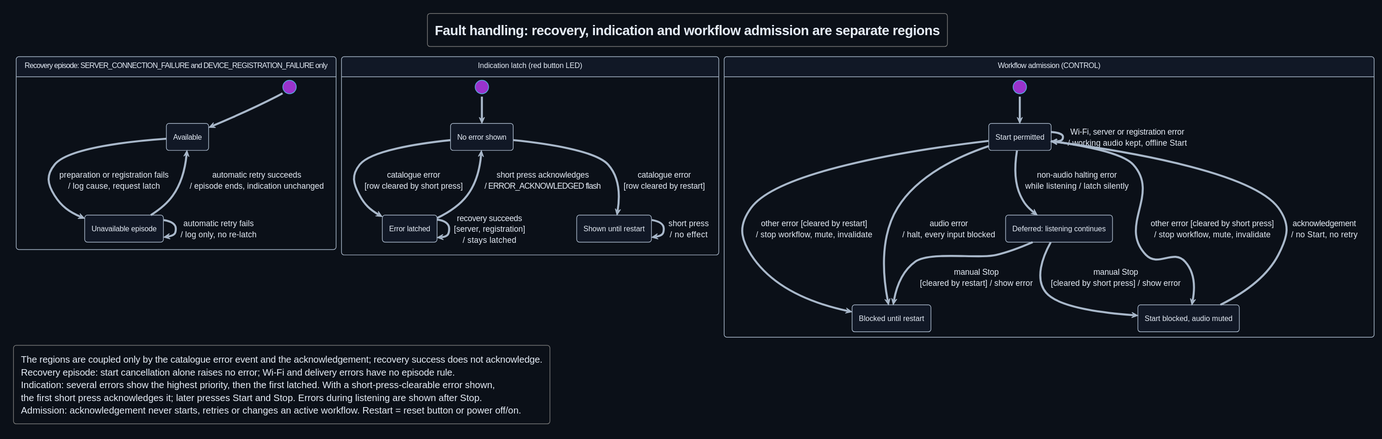
DemonicPsychoII/DigitalStethoscope keeps this PlantUML diagram as Development/system/design/FEEDBACK/rendered/fault_handling_state.svg. Above is the earlier version. Its diagram source:
```plantuml
@startuml
!theme cyborg
!pragma layout smetana
skinparam shadowing false
skinparam defaultFontName SansSerif
skinparam backgroundColor #0b1018
skinparam defaultFontColor #e6edf7
skinparam ArrowColor #a9b8ca
skinparam state {
 BackgroundColor #111826
 BorderColor #a9b8ca
}
title Fault handling: recovery, indication and workflow admission are separate regions
hide empty description

state "Recovery episode: SERVER_CONNECTION_FAILURE and DEVICE_REGISTRATION_FAILURE only" as Recovery {
 state "Available" as Available
 state "Unavailable episode" as Unavailable
 [*] --> Available
 Available --> Unavailable : preparation or registration fails\n/ log cause, request latch
 Unavailable --> Unavailable : automatic retry fails\n/ log only, no re-latch
 Unavailable --> Available : automatic retry succeeds\n/ episode ends, indication unchanged
}

state "Indication latch (red button LED)" as Indication {
 state "No error shown" as Clear
 state "Error latched" as Latched
 state "Shown until restart" as RestartLatched
 [*] --> Clear
 Clear --> Latched : catalogue error\n[row cleared by short press]
 Clear --> RestartLatched : catalogue error\n[row cleared by restart]
 Latched --> Latched : recovery succeeds\n[server, registration]\n/ stays latched
 Latched --> Clear : short press acknowledges\n/ ERROR_ACKNOWLEDGED flash
 RestartLatched --> RestartLatched : short press\n/ no effect
}

state "Workflow admission (CONTROL)" as Admission {
 state "Start permitted" as Permitted
 state "Start blocked, audio muted" as Blocked
 state "Blocked until restart" as BlockedRestart
 state "Deferred: listening continues" as Deferred
 [*] --> Permitted
 Permitted --> Permitted : Wi-Fi, server or registration error\n/ working audio kept, offline Start
 Permitted --> Blocked : other error [cleared by short press]\n/ stop workflow, mute, invalidate
 Permitted --> BlockedRestart : other error [cleared by restart]\n/ stop workflow, mute, invalidate
 Permitted --> BlockedRestart : audio error\n/ halt, every input blocked
 Permitted --> Deferred : non-audio halting error\nwhile listening / latch silently
 Deferred --> Blocked : manual Stop\n[cleared by short press] / show error
 Deferred --> BlockedRestart : manual Stop\n[cleared by restart] / show error
 Blocked --> Permitted : acknowledgement\n/ no Start, no retry
}

Recovery -[hidden]right-> Indication
Indication -[hidden]right-> Admission

legend bottom left
 The regions are coupled only by the catalogue error event and the acknowledgement; recovery success does not acknowledge.
 Recovery episode: start cancellation alone raises no error; Wi-Fi and delivery errors have no episode rule.
 Indication: several errors show the highest priority, then the first latched. With a short-press-clearable error shown,
 the first short press acknowledges it; later presses Start and Stop. Errors during listening are shown after Stop.
 Admission: acknowledgement never starts, retries or changes an active workflow. Restart = reset button or power off/on.
endlegend
@enduml
```
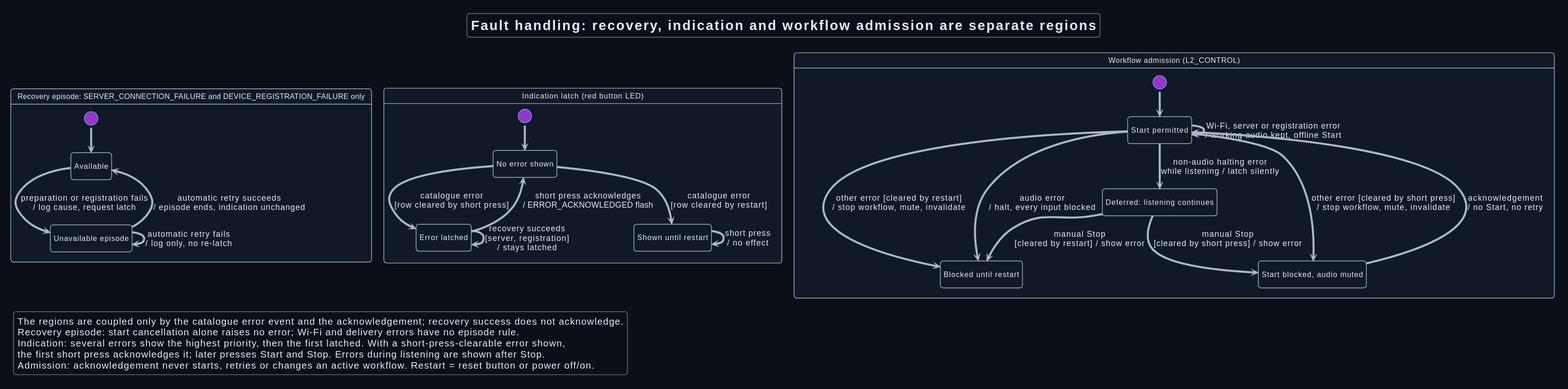
The same diagram one commit later.

What changed in the source:
```diff
@@ -34,7 +34,7 @@
  RestartLatched --> RestartLatched : short press\n/ no effect
 }
 
-state "Workflow admission (CONTROL)" as Admission {
+state "Workflow admission (L2_CONTROL)" as Admission {
  state "Start permitted" as Permitted
  state "Start blocked, audio muted" as Blocked
  state "Blocked until restart" as BlockedRestart
```
